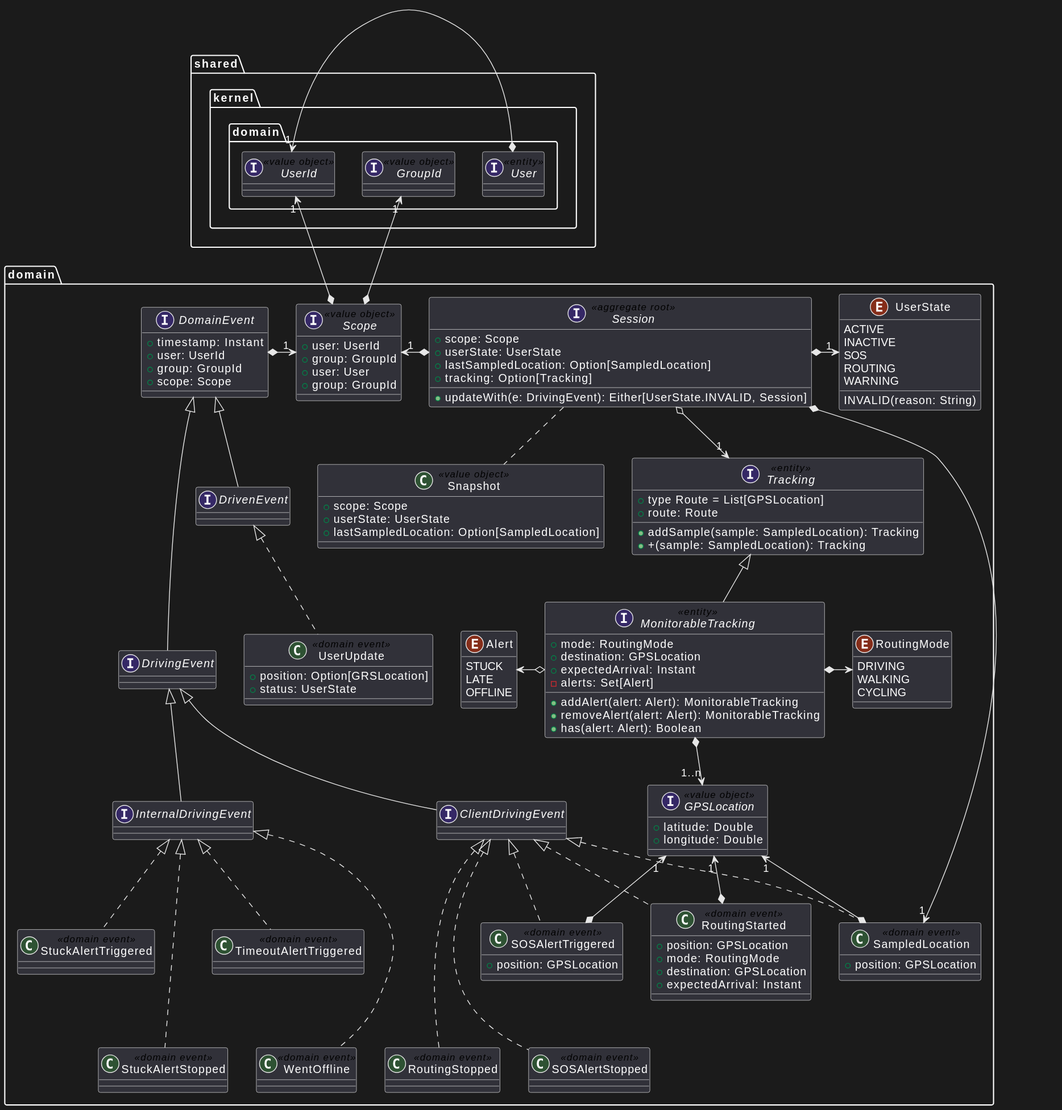
Above: res/location-service-structure-domain-dark.svg in position-pal/position-pal.github.io (PlantUML), before the change.
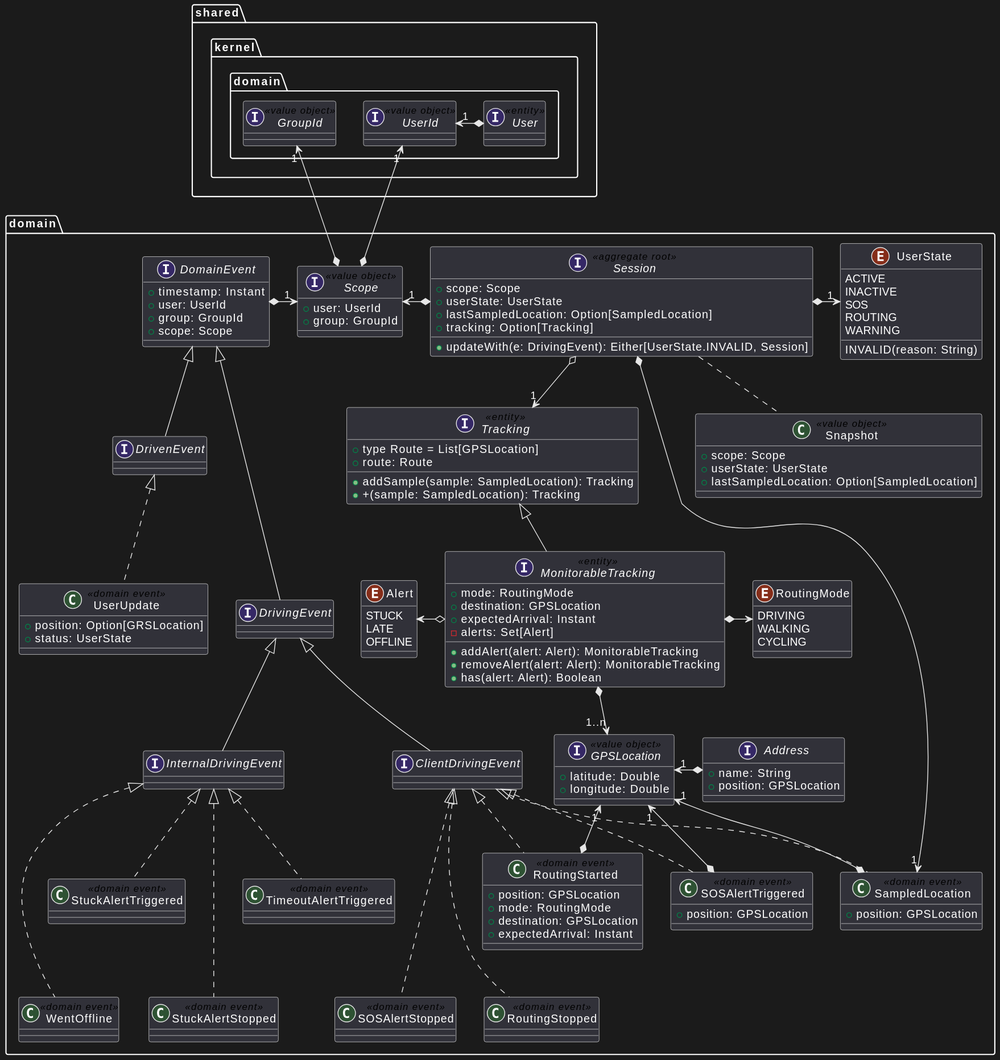
Later version of the same file.

Diff of the diagram source:
```diff
@@ -12,11 +12,6 @@
         + group: GroupId
     }
 
-    interface Scope {
-        + user: User
-        + group: GroupId
-    }
-
     UserId "1" <--* Scope
     GroupId "1" <--* Scope
 
@@ -24,6 +19,13 @@
         + latitude: Double
         + longitude: Double
     }
+
+    interface Address {
+        + name: String
+        + position: GPSLocation
+    }
+
+    Address *-left-> "1" GPSLocation
 
     interface DomainEvent {
         + timestamp: Instant
```
